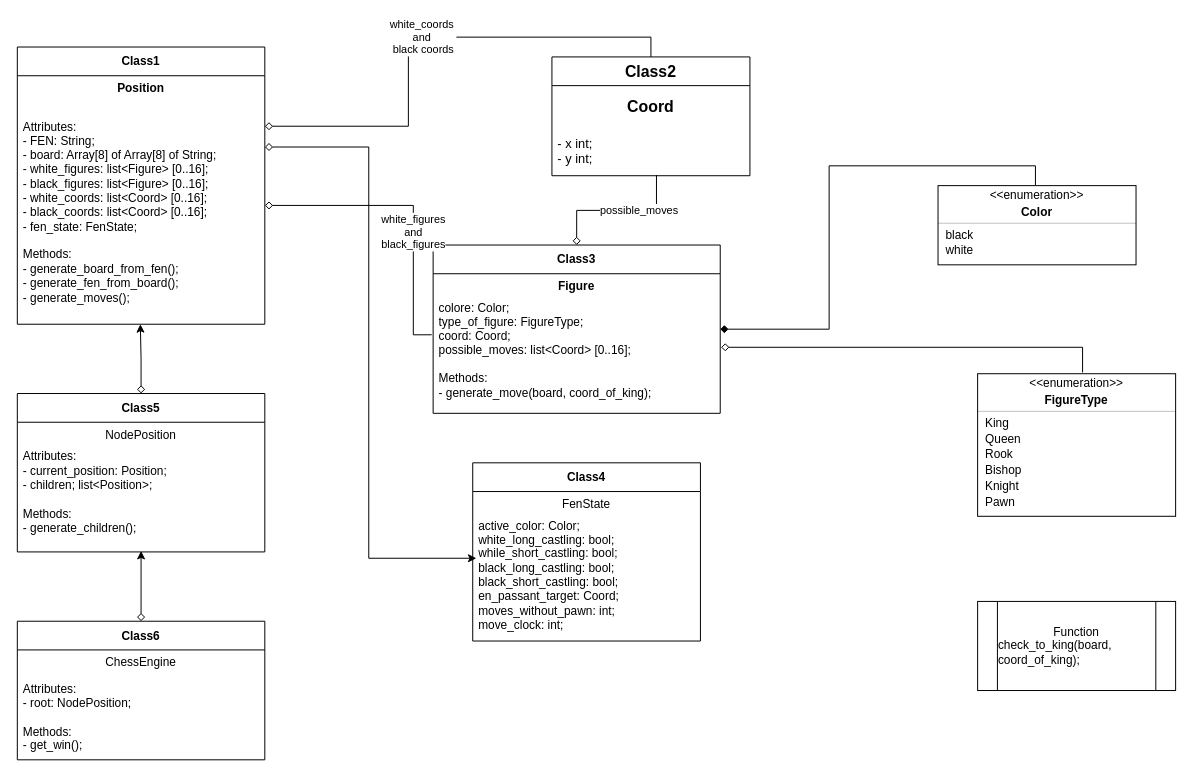
This is project_architecture;.drawio from IgorVolokho99/Chess-engine, a draw.io file, before an edit. Source tidied: cells renumbered, new cells numbered last; positions are measured from the earlier drawing's top-left corner, leaving out a move shared by most shapes. Both pictures are drawn from the tidied source at 99%, with x=0, y=0 at pixel (17, 37).
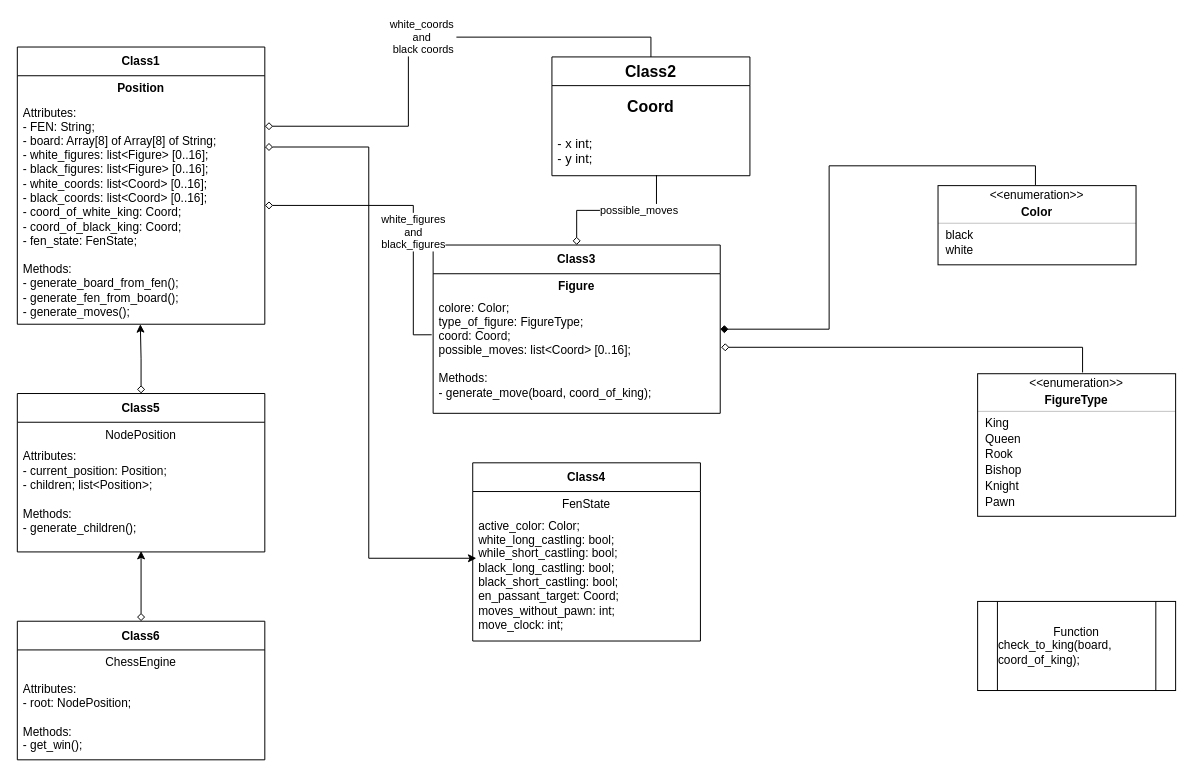
The same page after the edit.

Commit message (it also covers changes not shown here):
#7 Function "check_to_king" had been implemented.

Unchanged cells that the change refers to:
```xml
<mxCell id="5" value="Class1" style="swimlane;fontStyle=1;align=center;verticalAlign=middle;horizontal=1;startSize=29;html=1;whiteSpace=wrap;" parent="1" vertex="1">
  <mxGeometry y="10" width="250" height="280" as="geometry" />
</mxCell>
```

Change to the diagram source:
```diff
@@
-    <mxCell id="7" value="&lt;div&gt;Attributes:&lt;/div&gt;- FEN: String;&lt;div&gt;- board: Array[8] of Array[8] of String;&lt;/div&gt;&lt;div&gt;- white_figures: list&amp;lt;Figure&amp;gt; [0..16];&lt;/div&gt;&lt;div&gt;- black_figures: list&amp;lt;Figure&amp;gt; [0..16];&lt;/div&gt;&lt;div&gt;- white_coords: list&amp;lt;Coord&amp;gt; [0..16];&lt;/div&gt;&lt;div&gt;- black_coords: list&amp;lt;Coord&amp;gt; [0..16];&lt;/div&gt;&lt;div&gt;- fen_state: FenState;&lt;/div&gt;&lt;div&gt;&lt;br&gt;&lt;/div&gt;&lt;div&gt;Methods:&lt;/div&gt;&lt;div&gt;- generate_board_from_fen();&lt;/div&gt;&lt;div&gt;- generate_fen_from_board();&lt;/div&gt;&lt;div&gt;- generate_moves();&lt;/div&gt;" style="text;html=1;strokeColor=none;fillColor=none;align=left;verticalAlign=middle;spacingLeft=4;spacingRight=4;overflow=hidden;points=[[0,0.5],[1,0.5]];portConstraint=eastwest;whiteSpace=wrap;" parent="5" vertex="1">
+    <mxCell id="7" value="&lt;div&gt;Attributes:&lt;/div&gt;- FEN: String;&lt;div&gt;- board: Array[8] of Array[8] of String;&lt;/div&gt;&lt;div&gt;- white_figures: list&amp;lt;Figure&amp;gt; [0..16];&lt;/div&gt;&lt;div&gt;- black_figures: list&amp;lt;Figure&amp;gt; [0..16];&lt;/div&gt;&lt;div&gt;- white_coords: list&amp;lt;Coord&amp;gt; [0..16];&lt;/div&gt;&lt;div&gt;- black_coords: list&amp;lt;Coord&amp;gt; [0..16];&lt;/div&gt;&lt;div&gt;- coord_of_white_king: Coord;&lt;/div&gt;&lt;div&gt;- coord_of_black_king: Coord;&lt;/div&gt;&lt;div&gt;- fen_state: FenState;&lt;/div&gt;&lt;div&gt;&lt;br&gt;&lt;/div&gt;&lt;div&gt;Methods:&lt;/div&gt;&lt;div&gt;- generate_board_from_fen();&lt;/div&gt;&lt;div&gt;- generate_fen_from_board();&lt;/div&gt;&lt;div&gt;- generate_moves();&lt;/div&gt;" style="text;html=1;strokeColor=none;fillColor=none;align=left;verticalAlign=middle;spacingLeft=4;spacingRight=4;overflow=hidden;points=[[0,0.5],[1,0.5]];portConstraint=eastwest;whiteSpace=wrap;" parent="5" vertex="1">
       <mxGeometry y="54" width="250" height="226" as="geometry" />
     </mxCell>
```
